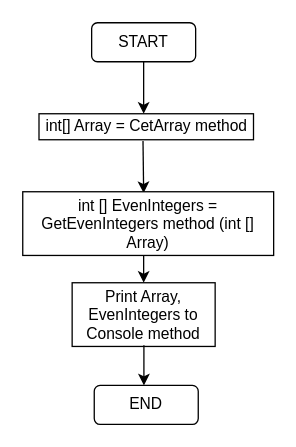
Earlier version of the draw.io diagram 2021/BlockDiagram/Base_diagram.drawio (AbubakirovRA/FinalWork2021). Source tidied: cells renumbered, new cells numbered last; positions are measured from the earlier drawing's top-left corner, leaving out a move shared by most shapes. Both pictures are drawn from the tidied source at 130%, with x=0, y=0 at pixel (22, 22).
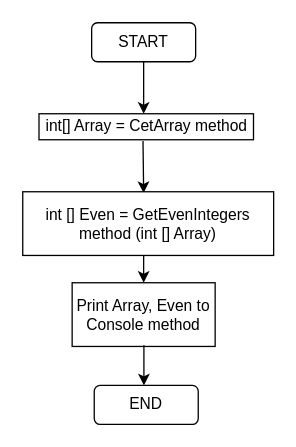
The same page after the edit.

Commit message (it also covers changes not shown here):
Correction Base_diagram added

Change to the diagram source:
```diff
@@
 <mxGraphModel>
   <root>
     <mxCell id="0" />
     <mxCell id="1" parent="0" />
     <mxCell id="2" value="START" style="rounded=1;whiteSpace=wrap;html=1;" parent="1" vertex="1">
       <mxGeometry x="53" width="80" height="30" as="geometry" />
     </mxCell>
     <mxCell id="3" style="endArrow=classic;html=1;exitX=0.5;exitY=1;exitDx=0;exitDy=0;" parent="1" edge="1" source="2">
       <mxGeometry relative="1" as="geometry">
         <mxPoint x="93" y="70" as="targetPoint" />
       </mxGeometry>
     </mxCell>
     <mxCell id="4" value="int[] Array = CetArray method" style="rounded=0;whiteSpace=wrap;html=1;" parent="1" vertex="1">
       <mxGeometry x="12.5" y="70" width="165" height="20" as="geometry" />
     </mxCell>
     <mxCell id="5" style="endArrow=classic;html=1;exitX=0.5;exitY=1;exitDx=0;exitDy=0;" parent="1" edge="1">
       <mxGeometry relative="1" as="geometry">
         <mxPoint x="92.5" y="91" as="sourcePoint" />
         <mxPoint x="92.5" y="131" as="targetPoint" />
         <Array as="points">
           <mxPoint x="93" y="131" />
         </Array>
       </mxGeometry>
     </mxCell>
-    <mxCell id="6" value="int [] EvenIntegers = GetEvenIntegers method (int [] Array)" style="rounded=0;whiteSpace=wrap;html=1;" parent="1" vertex="1">
+    <mxCell id="6" value="int [] Even = GetEvenIntegers method (int [] Array)" style="rounded=0;whiteSpace=wrap;html=1;" parent="1" vertex="1">
       <mxGeometry y="130" width="193" height="49" as="geometry" />
     </mxCell>
-    <mxCell id="7" value="Print Array, EvenIntegers to Console method" style="rounded=0;whiteSpace=wrap;html=1;" parent="1" vertex="1">
+    <mxCell id="7" value="Print Array, Even to Console method" style="rounded=0;whiteSpace=wrap;html=1;" parent="1" vertex="1">
       <mxGeometry x="38" y="200" width="110" height="49" as="geometry" />
     </mxCell>
     <mxCell id="8" style="endArrow=classic;html=1;" parent="1" edge="1">
       <mxGeometry relative="1" as="geometry">
         <mxPoint x="93" y="179" as="sourcePoint" />
         <mxPoint x="92.5" y="200" as="targetPoint" />
         <Array as="points">
           <mxPoint x="93" y="200" />
         </Array>
       </mxGeometry>
     </mxCell>
     <mxCell id="9" value="END" style="rounded=1;whiteSpace=wrap;html=1;" parent="1" vertex="1">
       <mxGeometry x="55" y="279" width="80" height="30" as="geometry" />
     </mxCell>
     <mxCell id="10" style="endArrow=classic;html=1;" parent="1" edge="1">
       <mxGeometry relative="1" as="geometry">
         <mxPoint x="93.2" y="248" as="sourcePoint" />
         <mxPoint x="92.8" y="279" as="targetPoint" />
         <Array as="points">
           <mxPoint x="93.2" y="279" />
         </Array>
       </mxGeometry>
     </mxCell>
   </root>
 </mxGraphModel>
```
